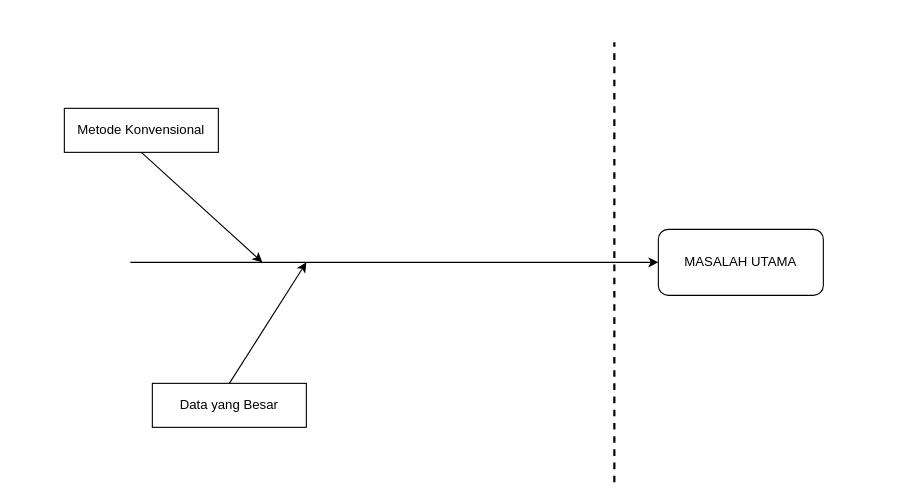
Earlier version of the draw.io diagram Fishbone Diagram.drawio (azizarizaldi/draw-io-project). Source tidied: cells renumbered, new cells numbered last; positions are measured from the earlier drawing's top-left corner, leaving out a move shared by most shapes. Both pictures are drawn from the tidied source at 110%, with x=0, y=0 at pixel (64, 42).
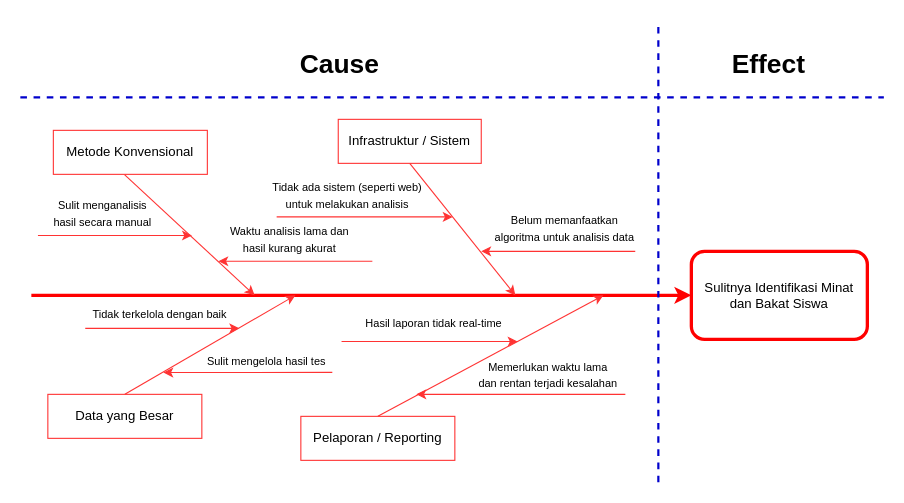
Above is the later version.

What changed in the source:
```diff
@@
-    <mxCell id="2" value="MASALAH UTAMA" style="rounded=1;whiteSpace=wrap;html=1;" parent="1" vertex="1">
-      <mxGeometry x="540" y="170" width="150" height="60" as="geometry" />
+    <mxCell id="2" value="Sulitnya Identifikasi Minat dan Bakat Siswa" style="rounded=1;whiteSpace=wrap;html=1;strokeColor=#ff0000;strokeWidth=3;" parent="1" vertex="1">
+      <mxGeometry x="570" y="190" width="160" height="80" as="geometry" />
     </mxCell>
-    <mxCell id="3" style="endArrow=classic;html=1;rounded=0;entryX=0;entryY=0.5;entryDx=0;entryDy=0;strokeColor=default;" parent="1" edge="1" target="2">
+    <mxCell id="3" style="endArrow=classic;html=1;rounded=0;entryX=0;entryY=0.5;entryDx=0;entryDy=0;strokeColor=#ff0000;strokeWidth=3;" parent="1" edge="1" target="2">
       <mxGeometry relative="1" as="geometry">
-        <mxPoint x="60" y="200" as="sourcePoint" />
+        <mxPoint x="-30" y="230" as="sourcePoint" />
       </mxGeometry>
     </mxCell>
-    <mxCell id="4" style="endArrow=none;dashed=1;html=1;rounded=0;strokeColor=default;strokeWidth=2;" parent="1" edge="1">
+    <mxCell id="4" style="endArrow=none;dashed=1;html=1;rounded=0;strokeColor=#0000CC;strokeWidth=2;" parent="1" edge="1">
       <mxGeometry relative="1" as="geometry">
-        <mxPoint x="500" y="400" as="sourcePoint" />
-        <mxPoint x="500" as="targetPoint" />
+        <mxPoint x="540" y="400" as="sourcePoint" />
+        <mxPoint x="540" y="-20" as="targetPoint" />
       </mxGeometry>
     </mxCell>
-    <mxCell id="5" value="Metode Konvensional" style="rounded=0;whiteSpace=wrap;html=1;" parent="1" vertex="1">
-      <mxGeometry y="60" width="140" height="40" as="geometry" />
+    <mxCell id="5" value="Metode Konvensional" style="rounded=0;whiteSpace=wrap;html=1;strokeColor=#FF3333;" parent="1" vertex="1">
+      <mxGeometry x="-10" y="80" width="140" height="40" as="geometry" />
     </mxCell>
-    <mxCell id="6" style="endArrow=classic;html=1;rounded=0;exitX=0.5;exitY=1;exitDx=0;exitDy=0;" parent="1" edge="1" source="5">
+    <mxCell id="6" style="endArrow=classic;html=1;rounded=0;exitX=0.462;exitY=1.005;exitDx=0;exitDy=0;exitPerimeter=0;strokeColor=#FF3333;" parent="1" edge="1" source="5">
       <mxGeometry relative="1" as="geometry">
-        <mxPoint x="180" y="200" as="targetPoint" />
+        <mxPoint x="173" y="230" as="targetPoint" />
       </mxGeometry>
     </mxCell>
-    <mxCell id="7" value="Data yang Besar" style="rounded=0;whiteSpace=wrap;html=1;" parent="1" vertex="1">
-      <mxGeometry x="80" y="310" width="140" height="40" as="geometry" />
+    <mxCell id="7" value="Data yang Besar" style="rounded=0;whiteSpace=wrap;html=1;strokeColor=#FF3333;" parent="1" vertex="1">
+      <mxGeometry x="-15" y="320" width="140" height="40" as="geometry" />
     </mxCell>
-    <mxCell id="8" style="endArrow=classic;html=1;rounded=0;exitX=0.5;exitY=0;exitDx=0;exitDy=0;" parent="1" edge="1" source="7">
+    <mxCell id="8" style="endArrow=classic;html=1;rounded=0;exitX=0.5;exitY=0;exitDx=0;exitDy=0;strokeColor=#FF3333;" parent="1" edge="1" source="7">
       <mxGeometry relative="1" as="geometry">
-        <mxPoint x="220" y="200" as="targetPoint" />
+        <mxPoint x="210" y="230" as="targetPoint" />
       </mxGeometry>
     </mxCell>
+    <mxCell id="9" style="endArrow=classic;html=1;rounded=0;strokeColor=#FF3333;" parent="1" edge="1">
+      <mxGeometry relative="1" as="geometry">
+        <mxPoint x="-24" y="175.6" as="sourcePoint" />
+        <mxPoint x="116" y="175.6" as="targetPoint" />
+      </mxGeometry>
+    </mxCell>
+    <mxCell id="10" value="&lt;font style=&quot;font-size: 10px;&quot;&gt;Sulit menganalisis&lt;br&gt;hasil secara manual&lt;/font&gt;" style="text;html=1;align=center;verticalAlign=middle;whiteSpace=wrap;rounded=0;" parent="1" vertex="1">
+      <mxGeometry x="-30" y="140" width="130" height="30" as="geometry" />
+    </mxCell>
+    <mxCell id="11" style="endArrow=classic;html=1;rounded=0;strokeColor=#FF3333;" parent="1" edge="1">
+      <mxGeometry relative="1" as="geometry">
+        <mxPoint x="280" y="199" as="sourcePoint" />
+        <mxPoint x="140" y="199" as="targetPoint" />
+      </mxGeometry>
+    </mxCell>
+    <mxCell id="12" value="&lt;font style=&quot;font-size: 10px;&quot;&gt;Waktu analisis lama dan hasil kurang akurat&lt;/font&gt;" style="text;html=1;align=center;verticalAlign=middle;whiteSpace=wrap;rounded=0;" parent="1" vertex="1">
+      <mxGeometry x="140" y="164" width="130" height="30" as="geometry" />
+    </mxCell>
+    <mxCell id="13" style="endArrow=classic;html=1;rounded=0;strokeColor=#FF3333;" parent="1" edge="1">
+      <mxGeometry relative="1" as="geometry">
+        <mxPoint x="19" y="260" as="sourcePoint" />
+        <mxPoint x="159" y="260" as="targetPoint" />
+      </mxGeometry>
+    </mxCell>
+    <mxCell id="14" value="&lt;font style=&quot;font-size: 10px;&quot;&gt;Tidak terkelola dengan baik&lt;/font&gt;" style="text;html=1;align=center;verticalAlign=middle;whiteSpace=wrap;rounded=0;" parent="1" vertex="1">
+      <mxGeometry x="22" y="237" width="130" height="20" as="geometry" />
+    </mxCell>
+    <mxCell id="15" value="&lt;font style=&quot;font-size: 10px;&quot;&gt;Sulit mengelola hasil tes&lt;/font&gt;" style="text;html=1;align=center;verticalAlign=middle;whiteSpace=wrap;rounded=0;" parent="1" vertex="1">
+      <mxGeometry x="119" y="280" width="130" height="20" as="geometry" />
+    </mxCell>
+    <mxCell id="16" value="Infrastruktur / Sistem" style="rounded=0;whiteSpace=wrap;html=1;strokeColor=#FF3333;" parent="1" vertex="1">
+      <mxGeometry x="249" y="70" width="130" height="40" as="geometry" />
+    </mxCell>
+    <mxCell id="17" style="endArrow=classic;html=1;rounded=0;exitX=0.5;exitY=1;exitDx=0;exitDy=0;strokeColor=#FF3333;" parent="1" edge="1" source="16">
+      <mxGeometry relative="1" as="geometry">
+        <mxPoint x="410" y="230" as="targetPoint" />
+      </mxGeometry>
+    </mxCell>
+    <mxCell id="18" style="endArrow=classic;html=1;rounded=0;strokeColor=#FF3333;" parent="1" edge="1">
+      <mxGeometry relative="1" as="geometry">
+        <mxPoint x="193" y="158.7" as="sourcePoint" />
+        <mxPoint x="353" y="158.7" as="targetPoint" />
+      </mxGeometry>
+    </mxCell>
+    <mxCell id="19" value="&lt;font style=&quot;font-size: 10px;&quot;&gt;Tidak ada sistem (seperti web) untuk melakukan analisis&lt;/font&gt;" style="text;html=1;align=center;verticalAlign=middle;whiteSpace=wrap;rounded=0;" parent="1" vertex="1">
+      <mxGeometry x="180" y="124" width="155" height="30" as="geometry" />
+    </mxCell>
+    <mxCell id="20" style="endArrow=classic;html=1;rounded=0;strokeColor=#FF3333;" parent="1" edge="1">
+      <mxGeometry relative="1" as="geometry">
+        <mxPoint x="519" y="190" as="sourcePoint" />
+        <mxPoint x="379" y="190" as="targetPoint" />
+      </mxGeometry>
+    </mxCell>
+    <mxCell id="21" value="&lt;font style=&quot;font-size: 10px;&quot;&gt;Belum memanfaatkan algoritma untuk analisis data&lt;/font&gt;" style="text;html=1;align=center;verticalAlign=middle;whiteSpace=wrap;rounded=0;" parent="1" vertex="1">
+      <mxGeometry x="390" y="154" width="130" height="30" as="geometry" />
+    </mxCell>
+    <mxCell id="22" style="endArrow=classic;html=1;rounded=0;exitX=1.02;exitY=0.892;exitDx=0;exitDy=0;exitPerimeter=0;strokeColor=#FF3333;" parent="1" edge="1">
+      <mxGeometry relative="1" as="geometry">
+        <mxPoint x="243.6" y="300" as="sourcePoint" />
+        <mxPoint x="90" y="300.2" as="targetPoint" />
+      </mxGeometry>
+    </mxCell>
+    <mxCell id="23" value="Pelaporan / Reporting" style="rounded=0;whiteSpace=wrap;html=1;strokeColor=#FF3333;" parent="1" vertex="1">
+      <mxGeometry x="215" y="340" width="140" height="40" as="geometry" />
+    </mxCell>
+    <mxCell id="24" style="endArrow=classic;html=1;rounded=0;exitX=0.5;exitY=0;exitDx=0;exitDy=0;strokeColor=#FF3333;" parent="1" edge="1" source="23">
+      <mxGeometry relative="1" as="geometry">
+        <mxPoint x="490" y="230" as="targetPoint" />
+      </mxGeometry>
+    </mxCell>
+    <mxCell id="25" style="endArrow=classic;html=1;rounded=0;strokeColor=#FF3333;" parent="1" edge="1">
+      <mxGeometry relative="1" as="geometry">
+        <mxPoint x="252" y="272" as="sourcePoint" />
+        <mxPoint x="412" y="272" as="targetPoint" />
+      </mxGeometry>
+    </mxCell>
+    <mxCell id="26" value="&lt;font style=&quot;font-size: 10px;&quot;&gt;Hasil laporan tidak real-time&amp;nbsp;&lt;/font&gt;" style="text;html=1;align=center;verticalAlign=middle;whiteSpace=wrap;rounded=0;" parent="1" vertex="1">
+      <mxGeometry x="265" y="240" width="145" height="30" as="geometry" />
+    </mxCell>
+    <mxCell id="27" style="endArrow=classic;html=1;rounded=0;strokeColor=#FF3333;" parent="1" edge="1">
+      <mxGeometry relative="1" as="geometry">
+        <mxPoint x="510" y="320" as="sourcePoint" />
+        <mxPoint x="320" y="320" as="targetPoint" />
+      </mxGeometry>
+    </mxCell>
+    <mxCell id="28" value="&lt;span style=&quot;font-size: 10px;&quot;&gt;Memerlukan waktu lama&lt;br&gt;&lt;/span&gt;&lt;span style=&quot;font-size: 10px;&quot;&gt;dan rentan terjadi kesalahan&lt;/span&gt;" style="text;html=1;align=center;verticalAlign=middle;whiteSpace=wrap;rounded=0;" parent="1" vertex="1">
+      <mxGeometry x="355" y="290" width="170" height="24.7" as="geometry" />
+    </mxCell>
+    <mxCell id="29" style="endArrow=none;dashed=1;html=1;rounded=0;strokeColor=#0000CC;strokeWidth=2;" parent="1" edge="1">
+      <mxGeometry relative="1" as="geometry">
+        <mxPoint x="-40" y="50" as="sourcePoint" />
+        <mxPoint x="745" y="50" as="targetPoint" />
+      </mxGeometry>
+    </mxCell>
+    <mxCell id="30" value="Effect" style="text;strokeColor=none;fillColor=none;html=1;fontSize=24;fontStyle=1;verticalAlign=middle;align=center;" parent="1" vertex="1">
+      <mxGeometry x="540" width="200" height="40" as="geometry" />
+    </mxCell>
+    <mxCell id="31" value="Cause" style="text;strokeColor=none;fillColor=none;html=1;fontSize=24;fontStyle=1;verticalAlign=middle;align=center;" parent="1" vertex="1">
+      <mxGeometry x="-40" width="580" height="40" as="geometry" />
+    </mxCell>
```
